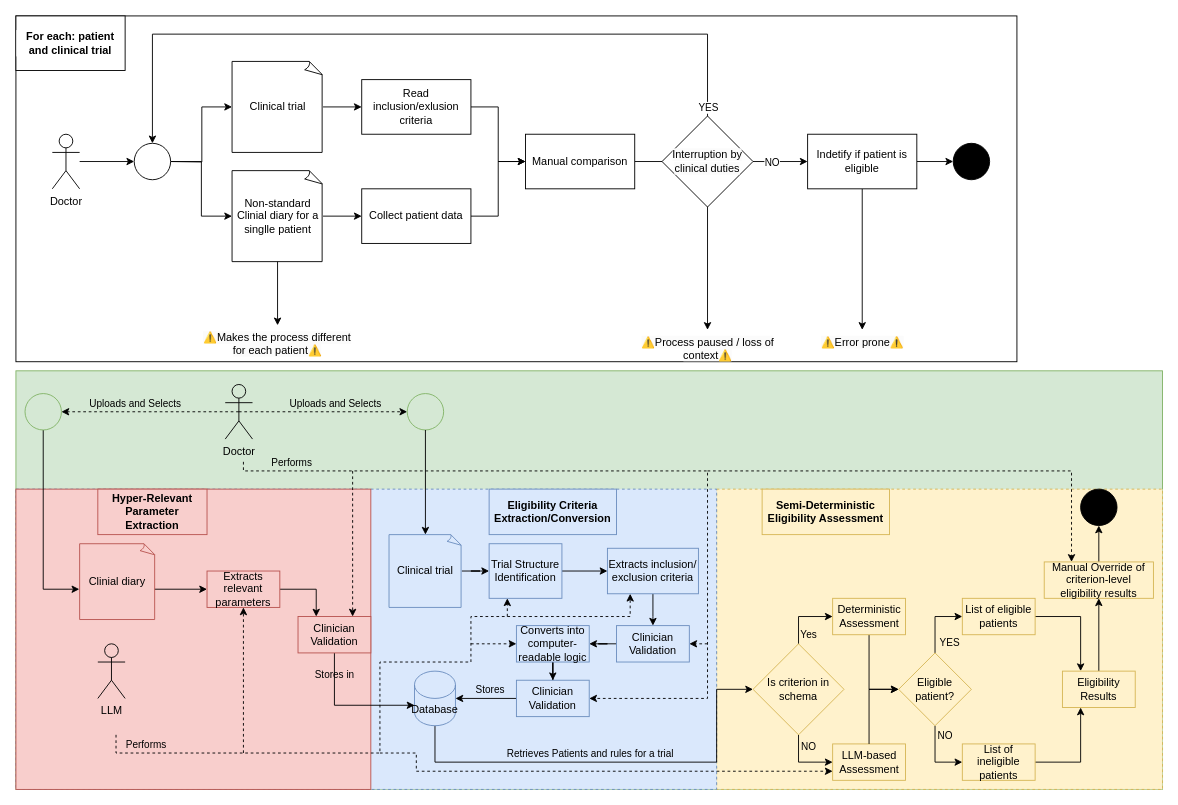
The draw.io diagram page "Page-1" (1 of 4) of Flowchart/Flux-doctor_AsIs-ToBe.drawio in McDoritos/Internship---DOCS, before the edit. Source tidied: cells renumbered, new cells numbered last; positions are measured from the earlier drawing's top-left corner, leaving out a move shared by most shapes. Both pictures are drawn from the tidied source at 91%, with x=0, y=0 at pixel (15, 15).
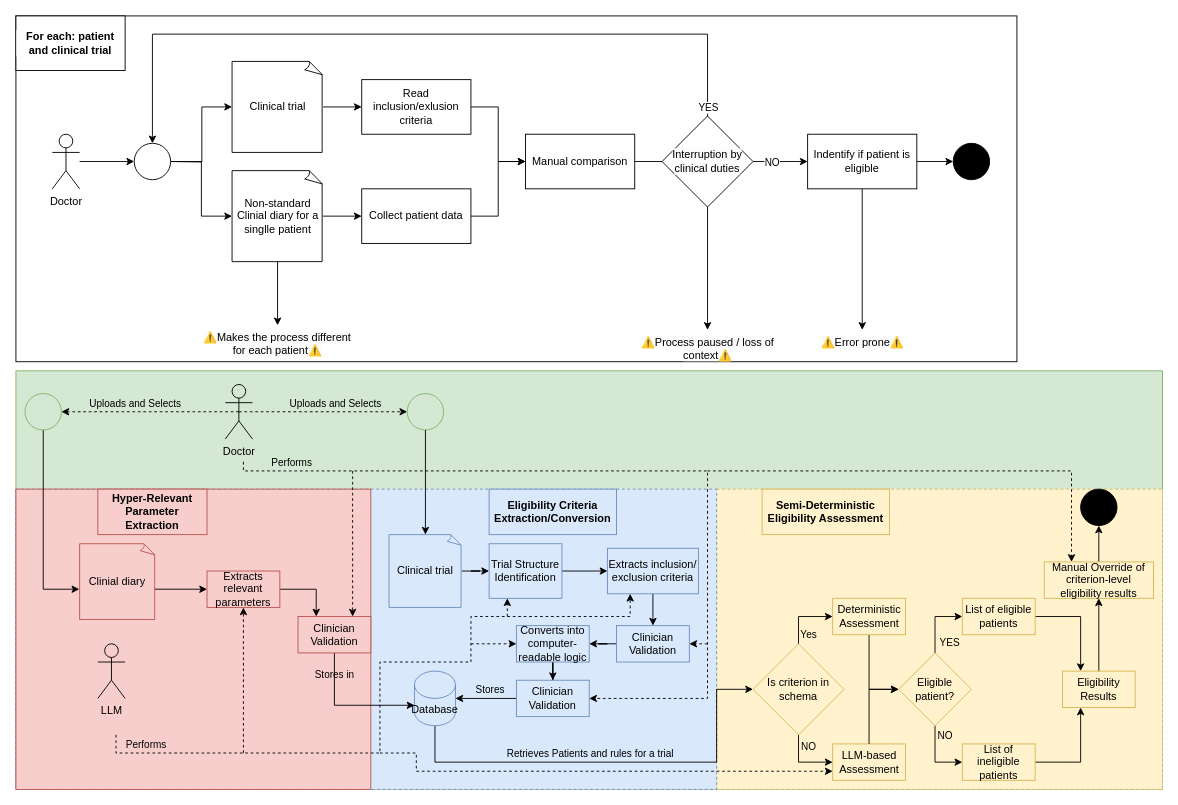
The same page after the edit.

The edit, as a diff of the source:
```diff
@@
-    <mxCell id="32" value="Indetify if patient is eligible" style="rounded=0;whiteSpace=wrap;html=1;" parent="1" vertex="1">
+    <mxCell id="32" value="Indentify if patient is eligible" style="rounded=0;whiteSpace=wrap;html=1;" parent="1" vertex="1">
       <mxGeometry x="870" y="130" width="120" height="60" as="geometry" />
     </mxCell>
```
